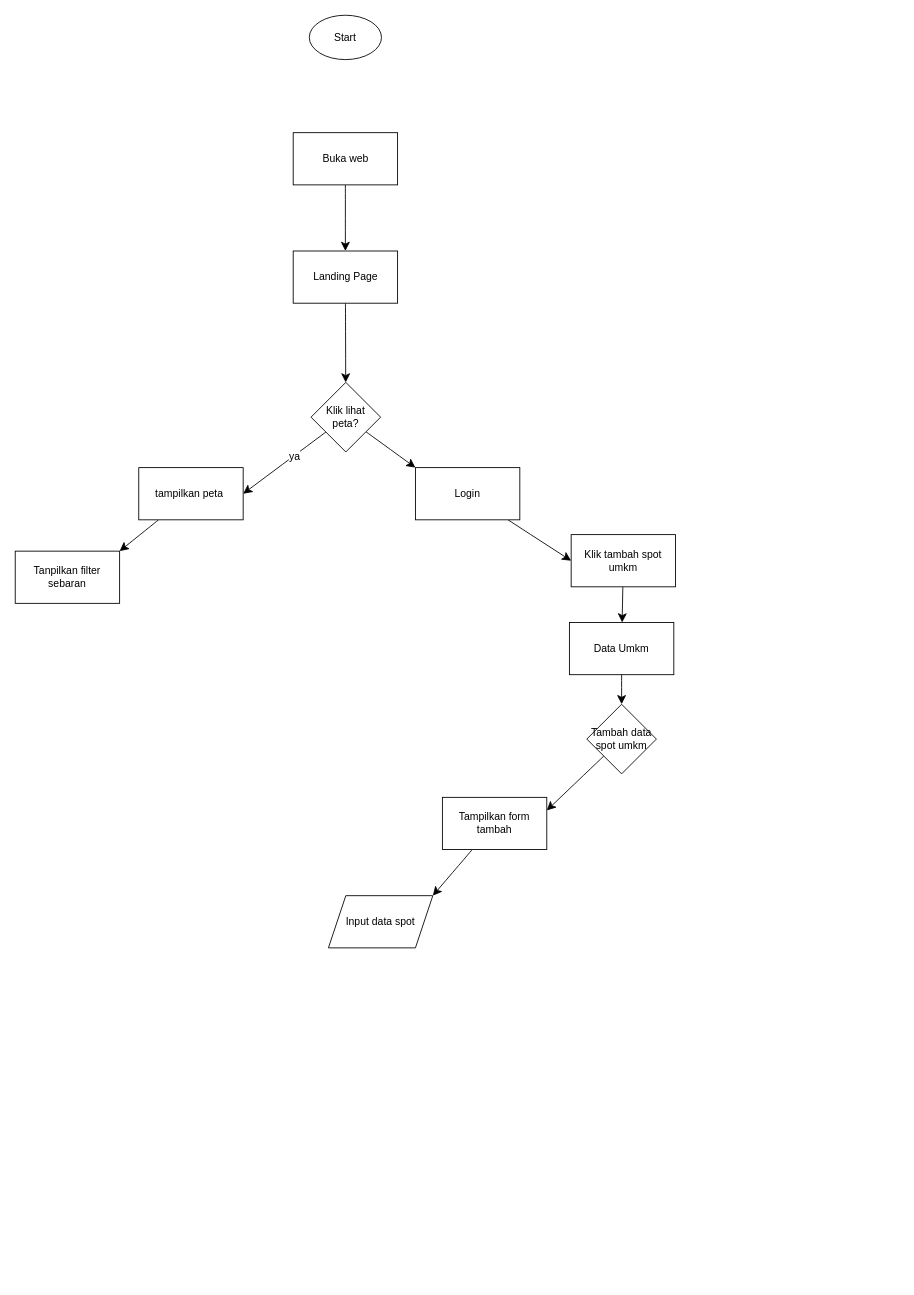
The draw.io diagram page "White box flowchrat" (13 of 13) of activity diagram gis.drawio in AmirRazer/DrawIoErd, before the edit. Source tidied: cells renumbered, new cells numbered last; positions are measured from the earlier drawing's top-left corner, leaving out a move shared by most shapes. Both pictures are drawn from the tidied source at 87%, with x=0, y=0 at pixel (15, 15).
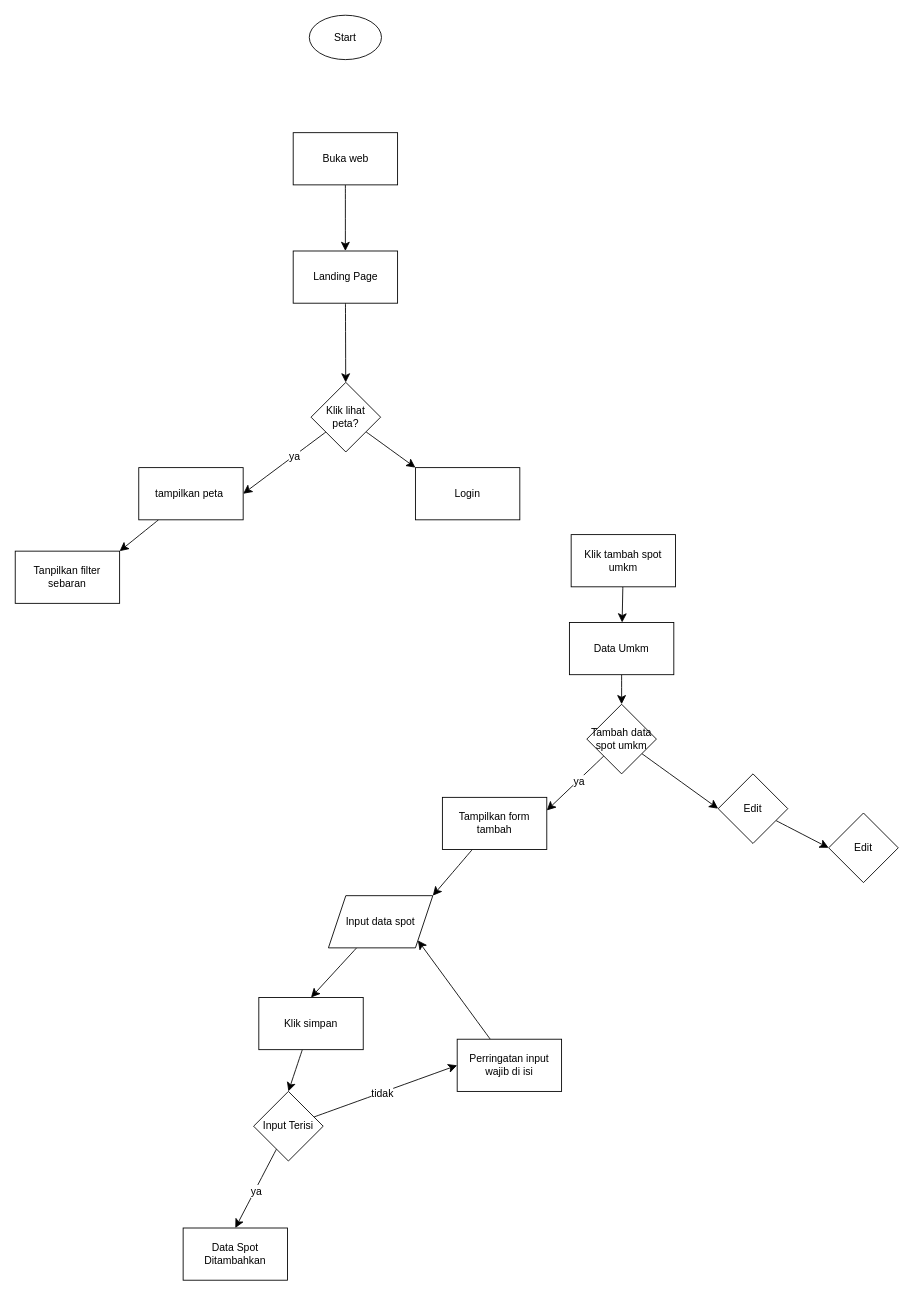
The same page after the edit.

Unchanged cells that the change refers to:
```xml
<mxCell id="15" value="Login" style="rounded=0;whiteSpace=wrap;html=1;" parent="1" vertex="1">
  <mxGeometry x="460" y="520" width="120" height="60" as="geometry" />
</mxCell>
<mxCell id="17" value="Klik tambah spot umkm" style="rounded=0;whiteSpace=wrap;html=1;" parent="1" vertex="1">
  <mxGeometry x="639" y="597" width="120" height="60" as="geometry" />
</mxCell>
<mxCell id="18" style="edgeStyle=none;curved=1;rounded=0;jettySize=auto;html=1;entryX=1;entryY=0.25;entryDx=0;entryDy=0;fontSize=12;startSize=8;endSize=8;" parent="1" edge="1" source="19" target="21">
  <mxGeometry relative="1" as="geometry" />
</mxCell>
<mxCell id="19" value="Tambah data spot umkm" style="rhombus;whiteSpace=wrap;html=1;" parent="1" vertex="1">
  <mxGeometry x="657" y="792" width="80" height="80" as="geometry" />
</mxCell>
<mxCell id="24" value="Input data spot" style="shape=parallelogram;perimeter=parallelogramPerimeter;whiteSpace=wrap;html=1;fixedSize=1;" parent="1" vertex="1">
  <mxGeometry x="360" y="1012" width="120" height="60" as="geometry" />
</mxCell>
```

Change to the diagram source:
```diff
@@
-    <mxCell id="14" style="edgeStyle=none;curved=1;rounded=0;jettySize=auto;html=1;entryX=0;entryY=0.5;entryDx=0;entryDy=0;fontSize=12;startSize=8;endSize=8;" parent="1" edge="1" source="15" target="17">
-      <mxGeometry relative="1" as="geometry" />
-    </mxCell>
@@
+    <mxCell id="25" value="ya" style="edgeLabel;html=1;align=center;verticalAlign=middle;fontSize=12;" parent="18" vertex="1">
+      <mxGeometry x="-0.08" y="2" relative="1" as="geometry">
+        <mxPoint y="-1" as="offset" />
+      </mxGeometry>
+    </mxCell>
+    <mxCell id="26" style="edgeStyle=none;curved=1;rounded=0;jettySize=auto;html=1;entryX=0;entryY=0.5;entryDx=0;entryDy=0;fontSize=12;startSize=8;endSize=8;" parent="1" edge="1" source="19" target="39">
+      <mxGeometry relative="1" as="geometry" />
+    </mxCell>
@@
+    <mxCell id="27" style="edgeStyle=none;curved=1;rounded=0;jettySize=auto;html=1;entryX=0.5;entryY=0;entryDx=0;entryDy=0;fontSize=12;startSize=8;endSize=8;" parent="1" edge="1" source="24" target="37">
+      <mxGeometry relative="1" as="geometry" />
+    </mxCell>
@@
+    <mxCell id="28" style="edgeStyle=none;curved=1;rounded=0;jettySize=auto;html=1;entryX=0.5;entryY=0;entryDx=0;entryDy=0;fontSize=12;startSize=8;endSize=8;" parent="1" edge="1" source="32" target="33">
+      <mxGeometry relative="1" as="geometry" />
+    </mxCell>
+    <mxCell id="29" value="ya" style="edgeLabel;html=1;align=center;verticalAlign=middle;fontSize=12;" parent="28" vertex="1">
+      <mxGeometry x="0.05" y="1" relative="1" as="geometry" />
+    </mxCell>
+    <mxCell id="30" style="edgeStyle=none;curved=1;rounded=0;jettySize=auto;html=1;entryX=0;entryY=0.5;entryDx=0;entryDy=0;fontSize=12;startSize=8;endSize=8;" parent="1" edge="1" source="32" target="35">
+      <mxGeometry relative="1" as="geometry" />
+    </mxCell>
+    <mxCell id="31" value="tidak" style="edgeLabel;html=1;align=center;verticalAlign=middle;fontSize=12;" parent="30" vertex="1">
+      <mxGeometry x="-0.05" y="-1" relative="1" as="geometry" />
+    </mxCell>
+    <mxCell id="32" value="Input Terisi" style="rhombus;whiteSpace=wrap;html=1;" parent="1" vertex="1">
+      <mxGeometry x="274" y="1237" width="80" height="80" as="geometry" />
+    </mxCell>
+    <mxCell id="33" value="Data Spot Ditambahkan" style="rounded=0;whiteSpace=wrap;html=1;" parent="1" vertex="1">
+      <mxGeometry x="193" y="1394" width="120" height="60" as="geometry" />
+    </mxCell>
+    <mxCell id="34" style="edgeStyle=none;curved=1;rounded=0;jettySize=auto;html=1;entryX=1;entryY=1;entryDx=0;entryDy=0;fontSize=12;startSize=8;endSize=8;" parent="1" edge="1" source="35" target="24">
+      <mxGeometry relative="1" as="geometry" />
+    </mxCell>
+    <mxCell id="35" value="Perringatan input wajib di isi" style="rounded=0;whiteSpace=wrap;html=1;" parent="1" vertex="1">
+      <mxGeometry x="508" y="1177" width="120" height="60" as="geometry" />
+    </mxCell>
+    <mxCell id="36" style="edgeStyle=none;curved=1;rounded=0;jettySize=auto;html=1;entryX=0.5;entryY=0;entryDx=0;entryDy=0;fontSize=12;startSize=8;endSize=8;" parent="1" edge="1" source="37" target="32">
+      <mxGeometry relative="1" as="geometry" />
+    </mxCell>
+    <mxCell id="37" value="Klik simpan" style="rounded=0;whiteSpace=wrap;html=1;" parent="1" vertex="1">
+      <mxGeometry x="280" y="1129" width="120" height="60" as="geometry" />
+    </mxCell>
+    <mxCell id="38" style="edgeStyle=none;curved=1;rounded=0;jettySize=auto;html=1;entryX=0;entryY=0.5;entryDx=0;entryDy=0;fontSize=12;startSize=8;endSize=8;" parent="1" edge="1" source="39" target="40">
+      <mxGeometry relative="1" as="geometry" />
+    </mxCell>
+    <mxCell id="39" value="Edit" style="rhombus;whiteSpace=wrap;html=1;" parent="1" vertex="1">
+      <mxGeometry x="808" y="872" width="80" height="80" as="geometry" />
+    </mxCell>
+    <mxCell id="40" value="Edit" style="rhombus;whiteSpace=wrap;html=1;" parent="1" vertex="1">
+      <mxGeometry x="935" y="917" width="80" height="80" as="geometry" />
+    </mxCell>
```
